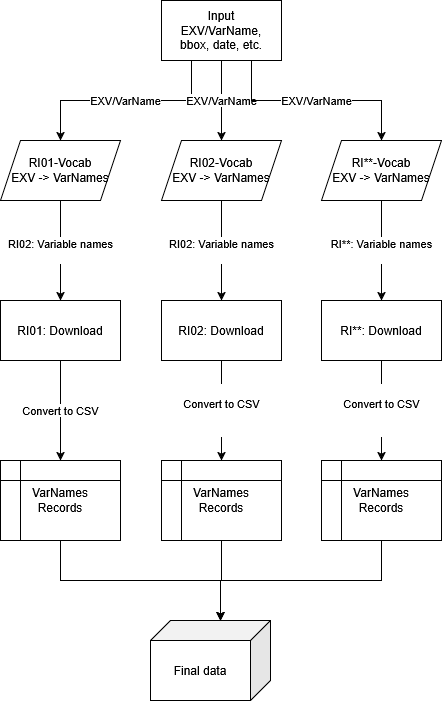
QCDIS/ECVs keeps this draw.io diagram as documentation/images/ECVs.drawio.png. Above is the earlier version. Source tidied: cells renumbered, new cells last; positions are measured from the earlier drawing's top-left corner, leaving out a move shared by most shapes.
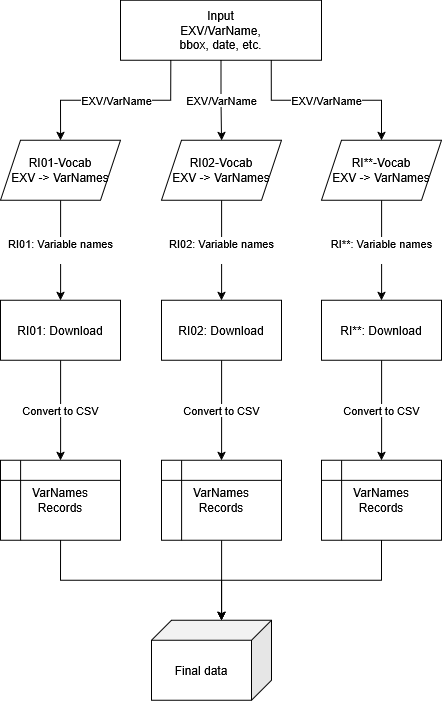
The same file after the commit.

The edit, as a diff of the source:
```diff
@@ -3,7 +3,7 @@
     <mxCell id="0" />
     <mxCell id="1" parent="0" />
     <mxCell id="2" value="&lt;div&gt;Input&lt;/div&gt;&lt;div&gt;EXV/VarName,&lt;/div&gt;&lt;div&gt;bbox, date, etc.&lt;/div&gt;" style="rounded=0;whiteSpace=wrap;html=1;" parent="1" vertex="1">
-      <mxGeometry x="161" width="120" height="60" as="geometry" />
+      <mxGeometry x="120" width="201" height="60" as="geometry" />
     </mxCell>
     <mxCell id="3" value="&lt;div&gt;RI01-Vocab&lt;/div&gt;&lt;div&gt;EXV -&amp;gt; VarNames&lt;/div&gt;" style="shape=parallelogram;perimeter=parallelogramPerimeter;whiteSpace=wrap;html=1;fixedSize=1;" parent="1" vertex="1">
       <mxGeometry y="140" width="120" height="60" as="geometry" />
@@ -50,17 +50,11 @@
     <mxCell id="17" value="Convert to CSV" style="endArrow=classic;html=1;rounded=0;exitX=0.5;exitY=1;exitDx=0;exitDy=0;entryX=0.5;entryY=0;entryDx=0;entryDy=0;edgeStyle=orthogonalEdgeStyle;" parent="1" edge="1" source="9" target="14">
       <mxGeometry relative="1" as="geometry" />
     </mxCell>
-    <mxCell id="18" value="&#10;Convert to CSV&#10;&#10;" style="endArrow=classic;html=1;rounded=0;exitX=0.5;exitY=1;exitDx=0;exitDy=0;edgeStyle=orthogonalEdgeStyle;entryX=0.5;entryY=0;entryDx=0;entryDy=0;" parent="1" edge="1" source="10" target="15">
-      <mxGeometry relative="1" as="geometry" />
-    </mxCell>
-    <mxCell id="19" value="&#10;Convert to CSV&#10;&#10;" style="endArrow=classic;html=1;rounded=0;exitX=0.5;exitY=1;exitDx=0;exitDy=0;entryX=0.5;entryY=0;entryDx=0;entryDy=0;edgeStyle=orthogonalEdgeStyle;" parent="1" edge="1" source="11" target="16">
-      <mxGeometry relative="1" as="geometry" />
-    </mxCell>
-    <mxCell id="20" value="RI02: Variable names&lt;div&gt;&lt;br/&gt;&lt;/div&gt;" style="endArrow=classic;html=1;rounded=0;exitX=0.5;exitY=1;exitDx=0;exitDy=0;edgeStyle=orthogonalEdgeStyle;entryX=0.5;entryY=0;entryDx=0;entryDy=0;" parent="1" edge="1" source="3" target="9">
+    <mxCell id="20" value="RI01: Variable names&lt;div&gt;&lt;br&gt;&lt;/div&gt;" style="endArrow=classic;html=1;rounded=0;exitX=0.5;exitY=1;exitDx=0;exitDy=0;edgeStyle=orthogonalEdgeStyle;entryX=0.5;entryY=0;entryDx=0;entryDy=0;" parent="1" edge="1" source="3" target="9">
       <mxGeometry relative="1" as="geometry" />
     </mxCell>
     <mxCell id="21" value="Final data" style="shape=cube;whiteSpace=wrap;html=1;boundedLbl=1;backgroundOutline=1;darkOpacity=0.05;darkOpacity2=0.1;direction=east;flipH=1;legacyAnchorPoints=0;" parent="1" vertex="1">
-      <mxGeometry x="150" y="620" width="120" height="80" as="geometry" />
+      <mxGeometry x="151" y="620" width="120" height="80" as="geometry" />
     </mxCell>
     <mxCell id="22" style="endArrow=classic;html=1;rounded=0;entryX=0;entryY=0;entryDx=50;entryDy=0;entryPerimeter=0;exitX=0.5;exitY=1;exitDx=0;exitDy=0;edgeStyle=orthogonalEdgeStyle;" parent="1" edge="1" source="14" target="21">
       <mxGeometry relative="1" as="geometry" />
@@ -71,5 +65,11 @@
     <mxCell id="24" style="endArrow=classic;html=1;rounded=0;exitX=0.5;exitY=1;exitDx=0;exitDy=0;edgeStyle=orthogonalEdgeStyle;entryX=0;entryY=0;entryDx=50;entryDy=0;entryPerimeter=0;" parent="1" edge="1" source="16" target="21">
       <mxGeometry relative="1" as="geometry" />
     </mxCell>
+    <mxCell id="18" value="Convert to CSV" style="endArrow=classic;html=1;rounded=0;exitX=0.5;exitY=1;exitDx=0;exitDy=0;entryX=0.5;entryY=0;entryDx=0;entryDy=0;edgeStyle=orthogonalEdgeStyle;" parent="1" edge="1" source="10" target="15">
+      <mxGeometry relative="1" as="geometry" />
+    </mxCell>
+    <mxCell id="19" value="Convert to CSV" style="endArrow=classic;html=1;rounded=0;exitX=0.5;exitY=1;exitDx=0;exitDy=0;entryX=0.5;entryY=0;entryDx=0;entryDy=0;edgeStyle=orthogonalEdgeStyle;" parent="1" edge="1" source="11" target="16">
+      <mxGeometry relative="1" as="geometry" />
+    </mxCell>
   </root>
 </mxGraphModel>
```
